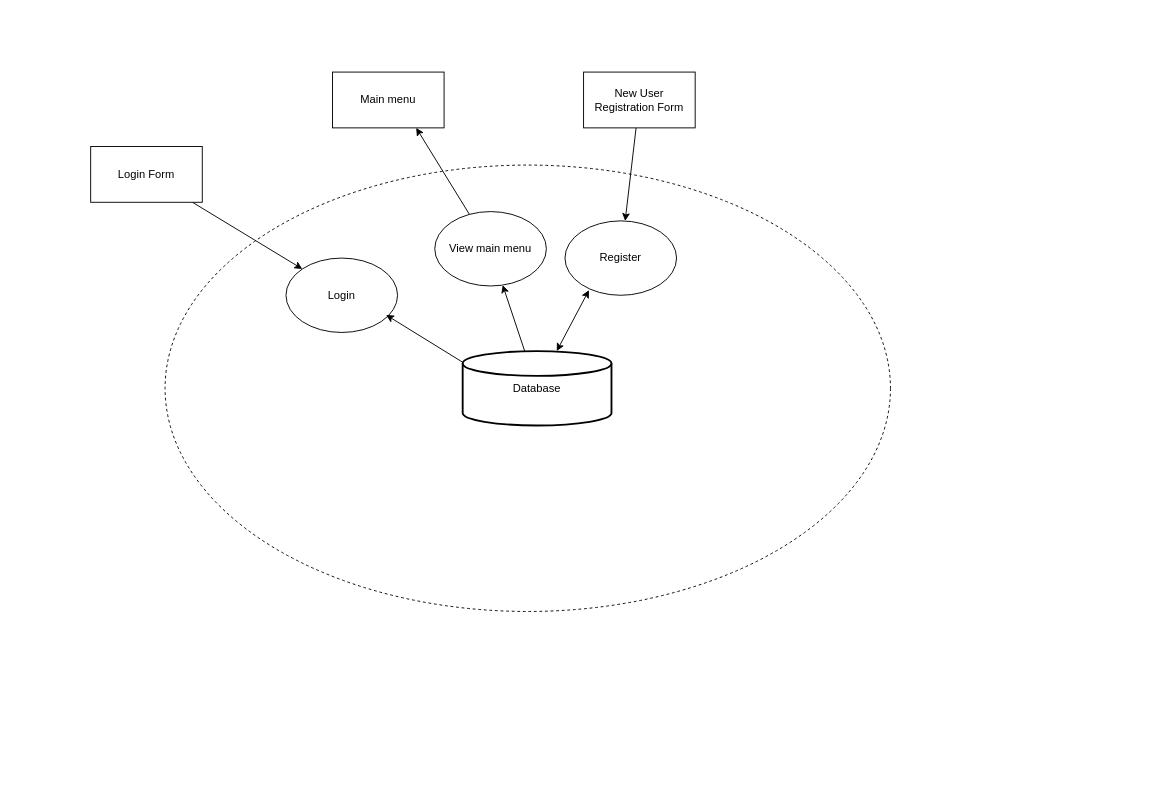
Above: Phase_1/team055_p1_ifd_temp_kk.drawio.xml in kkashiva/buzzbid (draw.io), before the change. Source tidied: cells renumbered, new cells numbered last; positions are measured from the earlier drawing's top-left corner, leaving out a move shared by most shapes. Both pictures are drawn from the tidied source at 93%, with x=0, y=0 at pixel (90, 72).
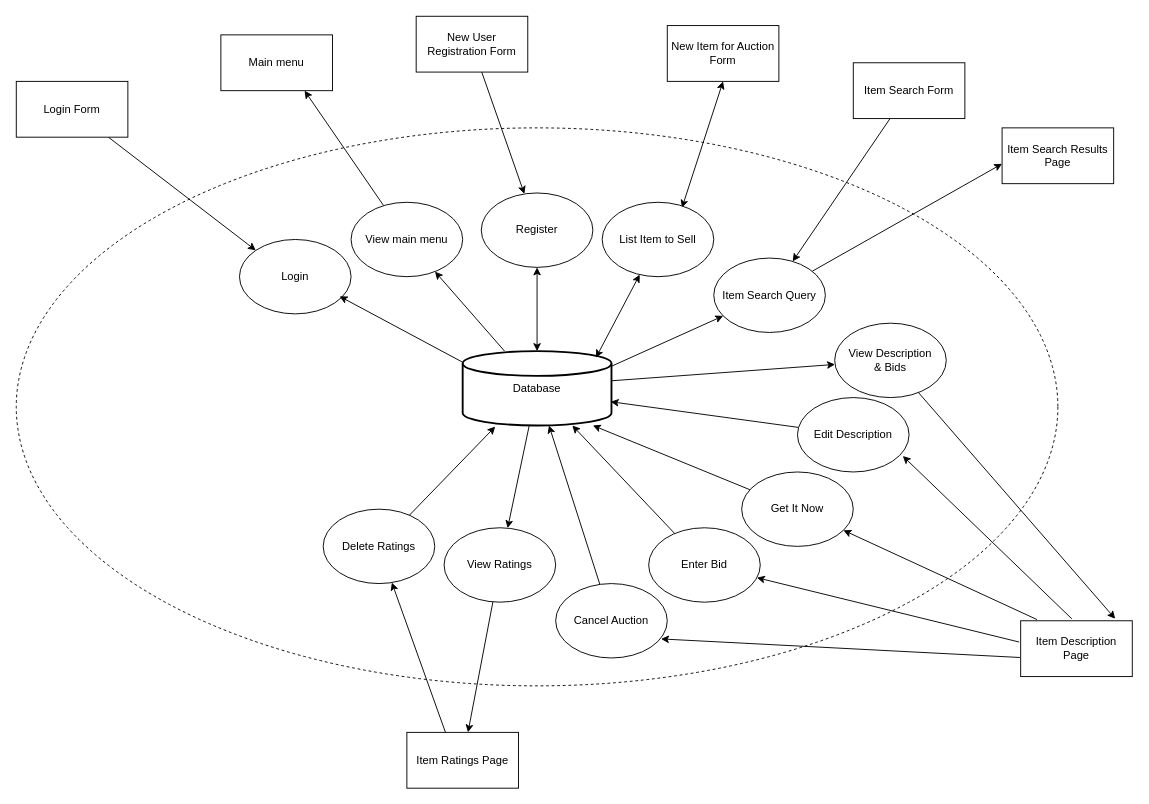
Above is the later version.

Commit message (it also covers changes not shown here):
added item sell, search, bid, ratings to IFD

Unchanged cells that the change refers to:
```xml
<mxCell id="4" value="Database" style="strokeWidth=2;html=1;shape=mxgraph.flowchart.database;whiteSpace=wrap;rounded=0;" parent="1" vertex="1">
  <mxGeometry x="400" y="300" width="160" height="80" as="geometry" />
</mxCell>
```

What changed in the source:
```diff
@@
     <mxCell id="2" style="ellipse;whiteSpace=wrap;html=1;fillColor=none;rounded=0;dashed=1;" parent="1" vertex="1">
-      <mxGeometry x="80" y="100" width="780" height="480" as="geometry" />
+      <mxGeometry x="-80" y="60" width="1120" height="600" as="geometry" />
     </mxCell>
@@
+    <mxCell id="16" style="rounded=0;jettySize=auto;html=1;exitX=0.979;exitY=0.223;exitDx=0;exitDy=0;exitPerimeter=0;" parent="1" edge="1" source="4" target="26">
+      <mxGeometry relative="1" as="geometry" />
+    </mxCell>
+    <mxCell id="17" style="rounded=0;jettySize=auto;html=1;exitX=0.995;exitY=0.4;exitDx=0;exitDy=0;exitPerimeter=0;" parent="1" edge="1" source="4" target="38">
+      <mxGeometry relative="1" as="geometry" />
+    </mxCell>
+    <mxCell id="18" style="rounded=0;jettySize=auto;html=1;" parent="1" edge="1" source="4" target="46">
+      <mxGeometry relative="1" as="geometry" />
+    </mxCell>
@@
     <mxCell id="6" value="Login Form" style="rounded=0;whiteSpace=wrap;html=1;" parent="1" vertex="1">
-      <mxGeometry y="80" width="120" height="60" as="geometry" />
+      <mxGeometry x="-80" y="10" width="120" height="60" as="geometry" />
     </mxCell>
     <mxCell id="7" value="Login" style="ellipse;whiteSpace=wrap;html=1;rounded=0;" parent="1" vertex="1">
-      <mxGeometry x="210" y="200" width="120" height="80" as="geometry" />
+      <mxGeometry x="160" y="180" width="120" height="80" as="geometry" />
     </mxCell>
@@
     <mxCell id="9" value="Main menu" style="rounded=0;whiteSpace=wrap;html=1;" parent="1" vertex="1">
-      <mxGeometry x="260" width="120" height="60" as="geometry" />
+      <mxGeometry x="140" y="-40" width="120" height="60" as="geometry" />
     </mxCell>
@@
     <mxCell id="11" value="View main menu" style="ellipse;whiteSpace=wrap;html=1;rounded=0;" parent="1" vertex="1">
-      <mxGeometry x="370" y="150" width="120" height="80" as="geometry" />
+      <mxGeometry x="280" y="140" width="120" height="80" as="geometry" />
     </mxCell>
@@
     <mxCell id="13" value="New User Registration Form" style="rounded=0;whiteSpace=wrap;html=1;" parent="1" vertex="1">
-      <mxGeometry x="530" width="120" height="60" as="geometry" />
+      <mxGeometry x="350" y="-60" width="120" height="60" as="geometry" />
     </mxCell>
-    <mxCell id="14" style="rounded=0;jettySize=auto;html=1;exitX=0.215;exitY=0.931;exitDx=0;exitDy=0;exitPerimeter=0;startArrow=classic;startFill=1;" parent="1" edge="1" source="15" target="4">
+    <mxCell id="14" style="rounded=0;jettySize=auto;html=1;exitX=0.5;exitY=1;exitDx=0;exitDy=0;startArrow=classic;startFill=1;" parent="1" edge="1" source="15" target="4">
       <mxGeometry relative="1" as="geometry" />
     </mxCell>
     <mxCell id="15" value="Register" style="ellipse;whiteSpace=wrap;html=1;rounded=0;" parent="1" vertex="1">
-      <mxGeometry x="510" y="160" width="120" height="80" as="geometry" />
+      <mxGeometry x="420" y="130" width="120" height="80" as="geometry" />
     </mxCell>
+    <mxCell id="19" style="rounded=0;jettySize=auto;html=1;entryX=0.715;entryY=0.074;entryDx=0;entryDy=0;exitX=0.5;exitY=1;exitDx=0;exitDy=0;entryPerimeter=0;startArrow=classic;startFill=1;" parent="1" edge="1" source="20" target="22">
+      <mxGeometry relative="1" as="geometry" />
+    </mxCell>
+    <mxCell id="20" value="New Item for Auction Form" style="rounded=0;whiteSpace=wrap;html=1;" parent="1" vertex="1">
+      <mxGeometry x="620" y="-50" width="120" height="60" as="geometry" />
+    </mxCell>
+    <mxCell id="21" style="rounded=0;jettySize=auto;html=1;entryX=0.896;entryY=0.088;entryDx=0;entryDy=0;entryPerimeter=0;startArrow=classic;startFill=1;" parent="1" edge="1" source="22" target="4">
+      <mxGeometry relative="1" as="geometry" />
+    </mxCell>
+    <mxCell id="22" value="List Item to Sell" style="ellipse;whiteSpace=wrap;html=1;rounded=0;" parent="1" vertex="1">
+      <mxGeometry x="550" y="140" width="120" height="80" as="geometry" />
+    </mxCell>
+    <mxCell id="23" style="rounded=0;jettySize=auto;html=1;" parent="1" edge="1" source="24" target="26">
+      <mxGeometry relative="1" as="geometry" />
+    </mxCell>
+    <mxCell id="24" value="Item Search Form" style="rounded=0;whiteSpace=wrap;html=1;" parent="1" vertex="1">
+      <mxGeometry x="820" y="-10" width="120" height="60" as="geometry" />
+    </mxCell>
+    <mxCell id="25" style="rounded=0;jettySize=auto;html=1;entryX=0;entryY=0.644;entryDx=0;entryDy=0;entryPerimeter=0;" parent="1" edge="1" source="26" target="27">
+      <mxGeometry relative="1" as="geometry" />
+    </mxCell>
+    <mxCell id="26" value="Item Search Query" style="ellipse;whiteSpace=wrap;html=1;rounded=0;" parent="1" vertex="1">
+      <mxGeometry x="670" y="200" width="120" height="80" as="geometry" />
+    </mxCell>
+    <mxCell id="27" value="Item Search Results Page" style="rounded=0;whiteSpace=wrap;html=1;" parent="1" vertex="1">
+      <mxGeometry x="980" y="60" width="120" height="60" as="geometry" />
+    </mxCell>
+    <mxCell id="28" style="rounded=0;jettySize=auto;html=1;entryX=0.944;entryY=0.785;entryDx=0;entryDy=0;exitX=0.458;exitY=-0.036;exitDx=0;exitDy=0;exitPerimeter=0;entryPerimeter=0;" parent="1" edge="1" source="32" target="33">
+      <mxGeometry relative="1" as="geometry" />
+    </mxCell>
+    <mxCell id="29" style="rounded=0;jettySize=auto;html=1;exitX=0.146;exitY=-0.022;exitDx=0;exitDy=0;exitPerimeter=0;" parent="1" edge="1" source="32" target="36">
+      <mxGeometry relative="1" as="geometry" />
+    </mxCell>
+    <mxCell id="30" style="rounded=0;jettySize=auto;html=1;exitX=-0.014;exitY=0.381;exitDx=0;exitDy=0;exitPerimeter=0;" parent="1" edge="1" source="32" target="40">
+      <mxGeometry relative="1" as="geometry" />
+    </mxCell>
+    <mxCell id="31" style="rounded=0;jettySize=auto;html=1;entryX=0.944;entryY=0.744;entryDx=0;entryDy=0;exitX=-0.007;exitY=0.658;exitDx=0;exitDy=0;entryPerimeter=0;exitPerimeter=0;" parent="1" edge="1" source="32" target="42">
+      <mxGeometry relative="1" as="geometry" />
+    </mxCell>
+    <mxCell id="32" value="Item Description Page" style="rounded=0;whiteSpace=wrap;html=1;" parent="1" vertex="1">
+      <mxGeometry x="1000" y="590" width="120" height="60" as="geometry" />
+    </mxCell>
+    <mxCell id="33" value="Edit Description" style="ellipse;whiteSpace=wrap;html=1;rounded=0;" parent="1" vertex="1">
+      <mxGeometry x="760" y="350" width="120" height="80" as="geometry" />
+    </mxCell>
+    <mxCell id="34" style="rounded=0;jettySize=auto;html=1;entryX=0.995;entryY=0.681;entryDx=0;entryDy=0;entryPerimeter=0;" parent="1" edge="1" source="33" target="4">
+      <mxGeometry relative="1" as="geometry" />
+    </mxCell>
+    <mxCell id="35" style="rounded=0;jettySize=auto;html=1;entryX=0.875;entryY=1;entryDx=0;entryDy=0;entryPerimeter=0;" parent="1" edge="1" source="36" target="4">
+      <mxGeometry relative="1" as="geometry" />
+    </mxCell>
+    <mxCell id="36" value="Get It Now" style="ellipse;whiteSpace=wrap;html=1;rounded=0;" parent="1" vertex="1">
+      <mxGeometry x="700" y="430" width="120" height="80" as="geometry" />
+    </mxCell>
+    <mxCell id="37" style="rounded=0;jettySize=auto;html=1;entryX=0.847;entryY=-0.036;entryDx=0;entryDy=0;entryPerimeter=0;" parent="1" edge="1" source="38" target="32">
+      <mxGeometry relative="1" as="geometry" />
+    </mxCell>
+    <mxCell id="38" value="View Description &lt;br&gt;&amp;amp; Bids" style="ellipse;whiteSpace=wrap;html=1;rounded=0;" parent="1" vertex="1">
+      <mxGeometry x="800" y="270" width="120" height="80" as="geometry" />
+    </mxCell>
+    <mxCell id="39" style="rounded=0;jettySize=auto;html=1;" parent="1" edge="1" source="40" target="4">
+      <mxGeometry relative="1" as="geometry" />
+    </mxCell>
+    <mxCell id="40" value="Enter Bid" style="ellipse;whiteSpace=wrap;html=1;rounded=0;" parent="1" vertex="1">
+      <mxGeometry x="600" y="490" width="120" height="80" as="geometry" />
+    </mxCell>
+    <mxCell id="41" style="rounded=0;jettySize=auto;html=1;" parent="1" edge="1" source="42" target="4">
+      <mxGeometry relative="1" as="geometry" />
+    </mxCell>
+    <mxCell id="42" value="Cancel Auction" style="ellipse;whiteSpace=wrap;html=1;rounded=0;" parent="1" vertex="1">
+      <mxGeometry x="500" y="550" width="120" height="80" as="geometry" />
+    </mxCell>
+    <mxCell id="43" style="rounded=0;jettySize=auto;html=1;exitX=0.347;exitY=0.006;exitDx=0;exitDy=0;exitPerimeter=0;" parent="1" edge="1" source="44" target="47">
+      <mxGeometry relative="1" as="geometry" />
+    </mxCell>
+    <mxCell id="44" value="Item Ratings Page" style="rounded=0;whiteSpace=wrap;html=1;" parent="1" vertex="1">
+      <mxGeometry x="340" y="710" width="120" height="60" as="geometry" />
+    </mxCell>
+    <mxCell id="45" style="rounded=0;jettySize=auto;html=1;" parent="1" edge="1" source="46" target="44">
+      <mxGeometry relative="1" as="geometry" />
+    </mxCell>
+    <mxCell id="46" value="View Ratings" style="ellipse;whiteSpace=wrap;html=1;rounded=0;" parent="1" vertex="1">
+      <mxGeometry x="380" y="490" width="120" height="80" as="geometry" />
+    </mxCell>
+    <mxCell id="47" value="Delete Ratings" style="ellipse;whiteSpace=wrap;html=1;rounded=0;" parent="1" vertex="1">
+      <mxGeometry x="250" y="470" width="120" height="80" as="geometry" />
+    </mxCell>
+    <mxCell id="48" style="rounded=0;jettySize=auto;html=1;entryX=0.219;entryY=1.015;entryDx=0;entryDy=0;entryPerimeter=0;" parent="1" edge="1" source="47" target="4">
+      <mxGeometry relative="1" as="geometry" />
+    </mxCell>
```
